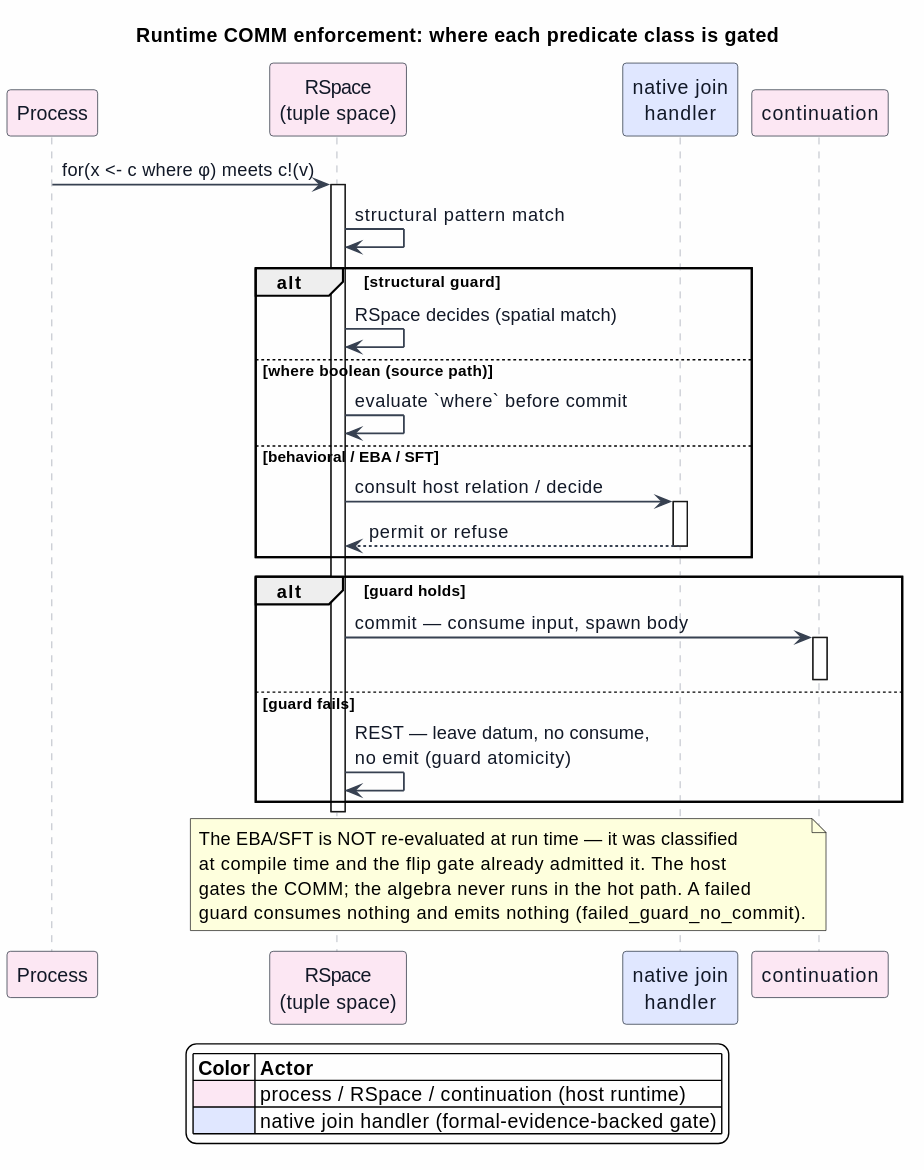
The PlantUML diagram docs/architecture/semantic-predicates/figures/08-comm-enforcement.svg in F1R3FLY-io/mettail-rust, before a commit.
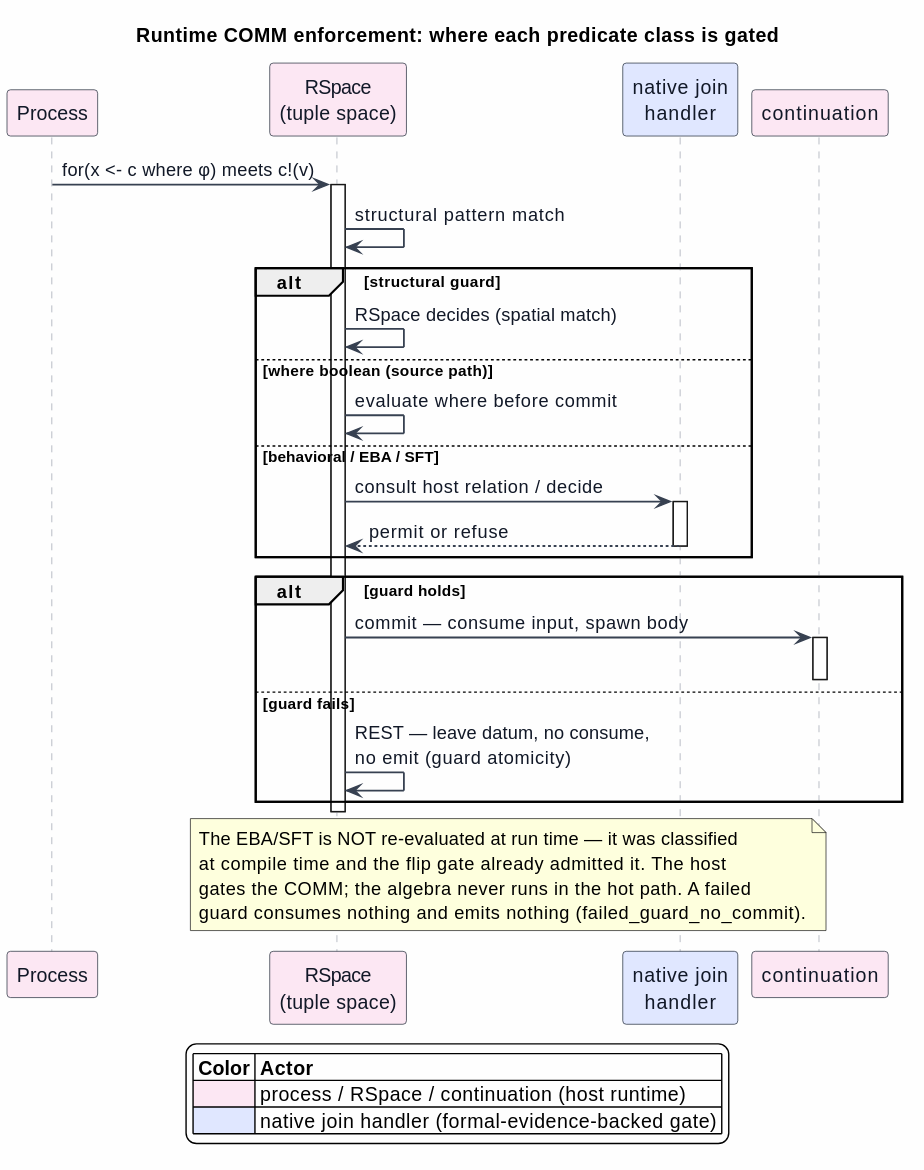
The same file after the commit.

Diff of the diagram source:
```diff
@@ -24,7 +24,7 @@
 alt structural guard
   RS -> RS : RSpace decides (spatial match)
 else where boolean (source path)
-  RS -> RS : evaluate `where` before commit
+  RS -> RS : evaluate where before commit
 else behavioral / EBA / SFT
   RS -> NJ : consult host relation / decide
   activate NJ
```
